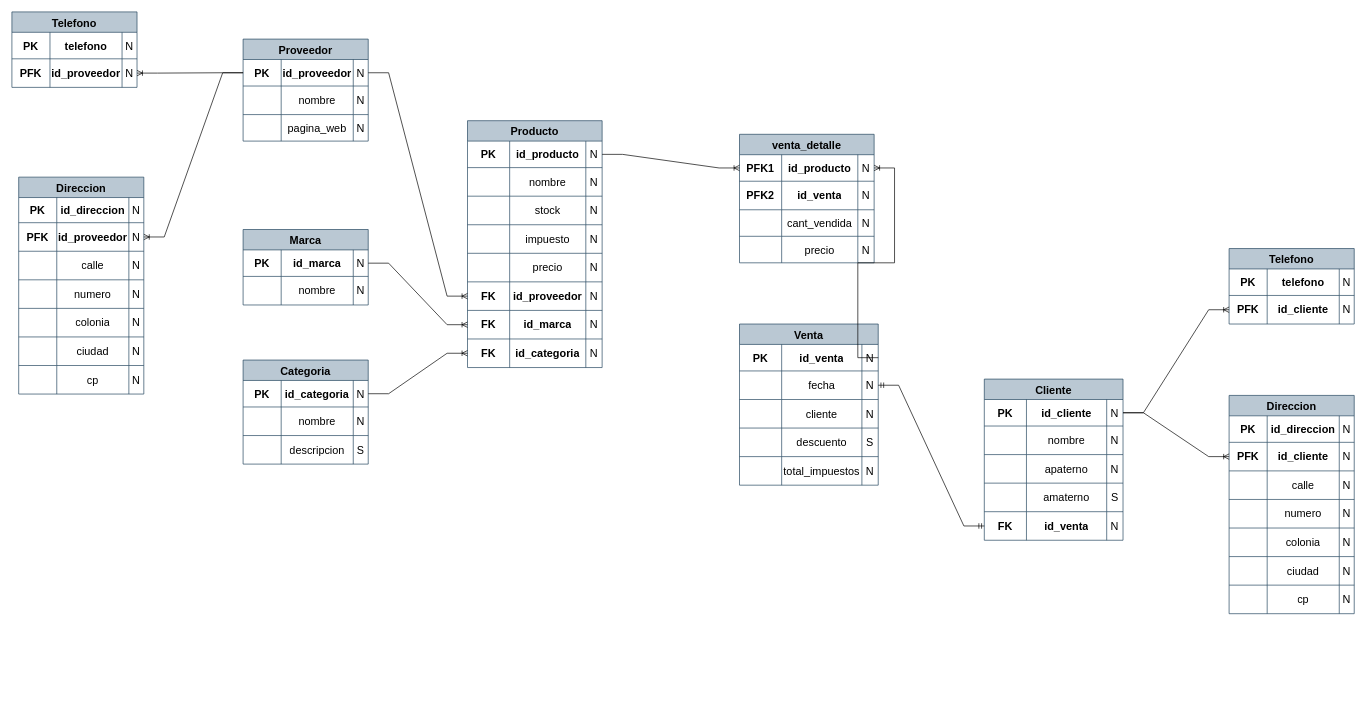
This is Modelo logico ventas.drawio from misiomishi/itcj, a draw.io file, before an edit. Source tidied: cells renumbered, new cells numbered last; positions are measured from the earlier drawing's top-left corner, leaving out a move shared by most shapes. Both pictures are drawn from the tidied source at 68%, with x=0, y=0 at pixel (12, 12).
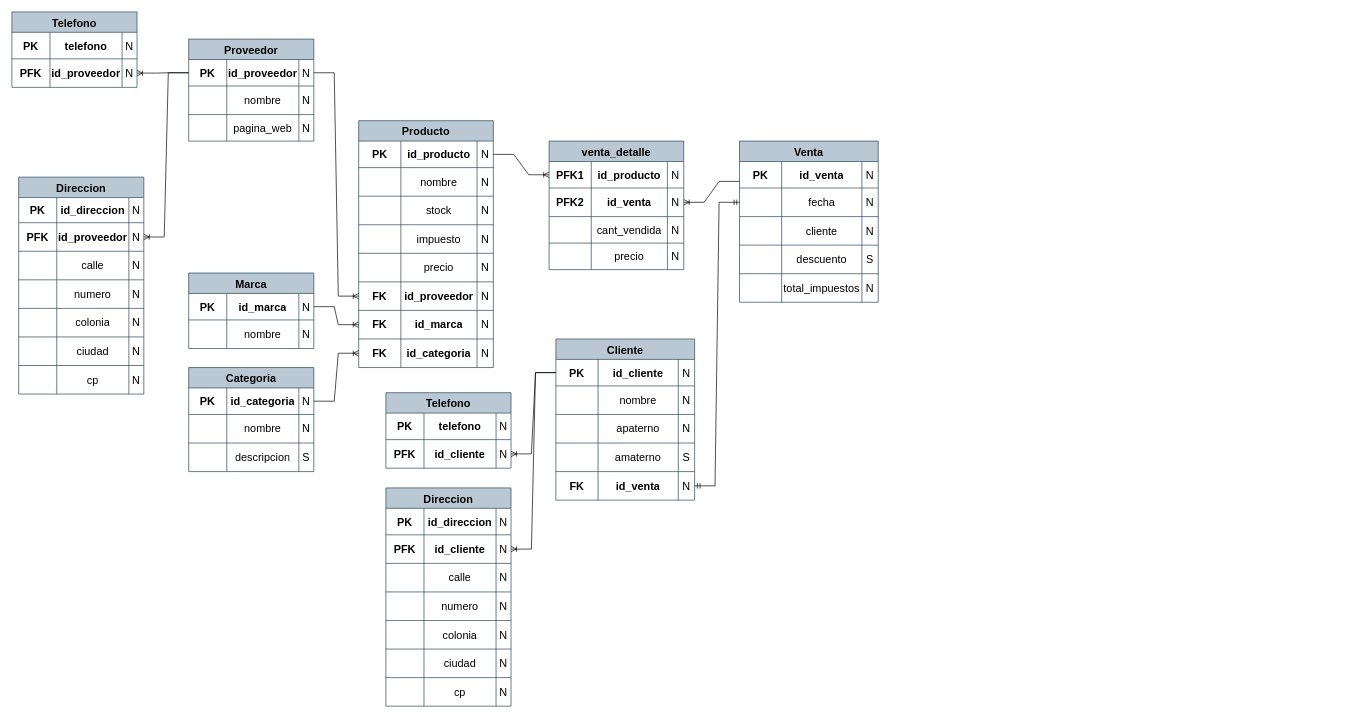
After the change.

Unchanged cells that the change refers to:
```xml
<mxCell id="109" style="shape=tableRow;horizontal=0;startSize=0;swimlaneHead=0;swimlaneBody=0;strokeColor=inherit;top=0;left=0;bottom=0;right=0;fillColor=none;points=[[0,0.5],[1,0.5]];portConstraint=eastwest;fontSize=16;" parent="108" vertex="1">
  <mxGeometry y="30" width="198" height="39" as="geometry" />
</mxCell>
<mxCell id="113" style="shape=tableRow;horizontal=0;startSize=0;swimlaneHead=0;swimlaneBody=0;strokeColor=inherit;top=0;left=0;bottom=0;right=0;fillColor=none;points=[[0,0.5],[1,0.5]];portConstraint=eastwest;fontSize=16;" parent="108" vertex="1">
  <mxGeometry y="69" width="198" height="42" as="geometry" />
</mxCell>
<mxCell id="126" style="shape=tableRow;horizontal=0;startSize=0;swimlaneHead=0;swimlaneBody=0;strokeColor=inherit;top=0;left=0;bottom=0;right=0;fillColor=none;points=[[0,0.5],[1,0.5]];portConstraint=eastwest;fontSize=16;" parent="125" vertex="1">
  <mxGeometry y="30" width="204" height="39" as="geometry" />
</mxCell>
<mxCell id="130" style="shape=tableRow;horizontal=0;startSize=0;swimlaneHead=0;swimlaneBody=0;strokeColor=inherit;top=0;left=0;bottom=0;right=0;fillColor=none;points=[[0,0.5],[1,0.5]];portConstraint=eastwest;fontSize=16;" parent="125" vertex="1">
  <mxGeometry y="69" width="204" height="42" as="geometry" />
</mxCell>
<mxCell id="147" style="shape=tableRow;horizontal=0;startSize=0;swimlaneHead=0;swimlaneBody=0;strokeColor=inherit;top=0;left=0;bottom=0;right=0;fillColor=none;points=[[0,0.5],[1,0.5]];portConstraint=eastwest;fontSize=16;" parent="146" vertex="1">
  <mxGeometry y="30" width="204" height="39" as="geometry" />
</mxCell>
<mxCell id="163" style="shape=tableRow;horizontal=0;startSize=0;swimlaneHead=0;swimlaneBody=0;strokeColor=inherit;top=0;left=0;bottom=0;right=0;fillColor=none;points=[[0,0.5],[1,0.5]];portConstraint=eastwest;fontSize=16;" parent="146" vertex="1">
  <mxGeometry y="195" width="204" height="42" as="geometry" />
</mxCell>
<mxCell id="172" style="shape=tableRow;horizontal=0;startSize=0;swimlaneHead=0;swimlaneBody=0;strokeColor=inherit;top=0;left=0;bottom=0;right=0;fillColor=none;points=[[0,0.5],[1,0.5]];portConstraint=eastwest;fontSize=16;" parent="167" vertex="1">
  <mxGeometry y="69" width="184" height="42" as="geometry" />
</mxCell>
<mxCell id="181" style="shape=tableRow;horizontal=0;startSize=0;swimlaneHead=0;swimlaneBody=0;strokeColor=inherit;top=0;left=0;bottom=0;right=0;fillColor=none;points=[[0,0.5],[1,0.5]];portConstraint=eastwest;fontSize=16;" parent="176" vertex="1">
  <mxGeometry y="69" width="184" height="42" as="geometry" />
</mxCell>
```

Diff of the diagram source:
```diff
@@
     <mxCell id="2" value="Proveedor" style="shape=table;startSize=30;childLayout=tableLayout;strokeColor=#23445d;fontSize=16;fontStyle=1;fillColor=#bac8d3;" parent="1" vertex="1">
-      <mxGeometry x="340" y="40" width="184" height="150" as="geometry" />
+      <mxGeometry x="260" y="40" width="184" height="150" as="geometry" />
     </mxCell>
@@
     <mxCell id="53" value="Producto" style="shape=table;startSize=30;childLayout=tableLayout;strokeColor=#23445d;fontSize=16;fontStyle=1;fillColor=#bac8d3;" parent="1" vertex="1">
-      <mxGeometry x="670" y="160" width="198" height="363" as="geometry" />
+      <mxGeometry x="510" y="160" width="198" height="363" as="geometry" />
     </mxCell>
@@
     <mxCell id="86" value="Marca" style="shape=table;startSize=30;childLayout=tableLayout;strokeColor=#23445d;fontSize=16;fontStyle=1;fillColor=#bac8d3;" parent="1" vertex="1">
-      <mxGeometry x="340" y="320" width="184" height="111" as="geometry" />
+      <mxGeometry x="260" y="384" width="184" height="111" as="geometry" />
     </mxCell>
@@
     <mxCell id="95" value="Categoria" style="shape=table;startSize=30;childLayout=tableLayout;strokeColor=#23445d;fontSize=16;fontStyle=1;fillColor=#bac8d3;" parent="1" vertex="1">
-      <mxGeometry x="340" y="512" width="184" height="153" as="geometry" />
+      <mxGeometry x="260" y="523" width="184" height="153" as="geometry" />
     </mxCell>
@@
     <mxCell id="108" value="venta_detalle" style="shape=table;startSize=30;childLayout=tableLayout;strokeColor=#23445d;fontSize=16;fontStyle=1;fillColor=#bac8d3;" parent="1" vertex="1">
-      <mxGeometry x="1070" y="180" width="198" height="189" as="geometry" />
+      <mxGeometry x="790" y="190" width="198" height="189" as="geometry" />
     </mxCell>
@@
     <mxCell id="125" value="Venta" style="shape=table;startSize=30;childLayout=tableLayout;strokeColor=#23445d;fontSize=16;fontStyle=1;fillColor=#bac8d3;" parent="1" vertex="1">
-      <mxGeometry x="1070" y="459" width="204" height="237" as="geometry" />
+      <mxGeometry x="1070" y="190" width="204" height="237" as="geometry" />
     </mxCell>
@@
     <mxCell id="146" value="Cliente" style="shape=table;startSize=30;childLayout=tableLayout;strokeColor=#23445d;fontSize=16;fontStyle=1;fillColor=#bac8d3;" parent="1" vertex="1">
-      <mxGeometry x="1430" y="540" width="204" height="237" as="geometry" />
+      <mxGeometry x="800" y="481" width="204" height="237" as="geometry" />
     </mxCell>
@@
     <mxCell id="167" value="Telefono" style="shape=table;startSize=30;childLayout=tableLayout;strokeColor=#23445d;fontSize=16;fontStyle=1;fillColor=#bac8d3;" parent="1" vertex="1">
-      <mxGeometry x="1790" y="348" width="184" height="111" as="geometry" />
+      <mxGeometry x="550" y="560" width="184" height="111" as="geometry" />
     </mxCell>
@@
     <mxCell id="176" value="Direccion" style="shape=table;startSize=30;childLayout=tableLayout;strokeColor=#23445d;fontSize=16;fontStyle=1;fillColor=#bac8d3;" parent="1" vertex="1">
-      <mxGeometry x="1790" y="564" width="184" height="321" as="geometry" />
+      <mxGeometry x="550" y="700" width="184" height="321" as="geometry" />
     </mxCell>
@@
-    <mxCell id="211" style="edgeStyle=entityRelationEdgeStyle;fontSize=12;html=1;endArrow=ERoneToMany;rounded=0;entryX=1;entryY=0.5;entryDx=0;entryDy=0;exitX=1;exitY=0.5;exitDx=0;exitDy=0;" parent="1" edge="1" source="126" target="109">
+    <mxCell id="211" style="edgeStyle=entityRelationEdgeStyle;fontSize=12;html=1;endArrow=ERoneToMany;rounded=0;entryX=1;entryY=0.5;entryDx=0;entryDy=0;exitX=0;exitY=0.25;exitDx=0;exitDy=0;" parent="1" edge="1" source="125" target="113">
       <mxGeometry relative="1" as="geometry" />
     </mxCell>
-    <mxCell id="212" style="edgeStyle=entityRelationEdgeStyle;fontSize=12;html=1;endArrow=ERoneToMany;rounded=0;entryX=0;entryY=0.5;entryDx=0;entryDy=0;exitX=1;exitY=0.5;exitDx=0;exitDy=0;" parent="1" edge="1" source="147" target="181">
+    <mxCell id="212" style="edgeStyle=entityRelationEdgeStyle;fontSize=12;html=1;endArrow=ERoneToMany;rounded=0;entryX=1;entryY=0.5;entryDx=0;entryDy=0;exitX=0;exitY=0.5;exitDx=0;exitDy=0;" parent="1" edge="1" source="147" target="181">
       <mxGeometry relative="1" as="geometry" />
     </mxCell>
-    <mxCell id="213" style="edgeStyle=entityRelationEdgeStyle;fontSize=12;html=1;endArrow=ERoneToMany;rounded=0;entryX=0;entryY=0.5;entryDx=0;entryDy=0;exitX=1;exitY=0.5;exitDx=0;exitDy=0;" parent="1" edge="1" source="147" target="172">
+    <mxCell id="213" style="edgeStyle=entityRelationEdgeStyle;fontSize=12;html=1;endArrow=ERoneToMany;rounded=0;entryX=1;entryY=0.5;entryDx=0;entryDy=0;exitX=0;exitY=0.5;exitDx=0;exitDy=0;" parent="1" edge="1" source="147" target="172">
       <mxGeometry relative="1" as="geometry" />
     </mxCell>
-    <mxCell id="214" style="edgeStyle=entityRelationEdgeStyle;fontSize=12;html=1;endArrow=ERmandOne;startArrow=ERmandOne;rounded=0;exitX=1;exitY=0.5;exitDx=0;exitDy=0;entryX=0;entryY=0.5;entryDx=0;entryDy=0;" parent="1" edge="1" source="130" target="163">
+    <mxCell id="214" style="edgeStyle=entityRelationEdgeStyle;fontSize=12;html=1;endArrow=ERmandOne;startArrow=ERmandOne;rounded=0;exitX=0;exitY=0.5;exitDx=0;exitDy=0;entryX=1;entryY=0.5;entryDx=0;entryDy=0;" parent="1" edge="1" source="130" target="163">
       <mxGeometry relative="1" as="geometry" />
     </mxCell>
```
